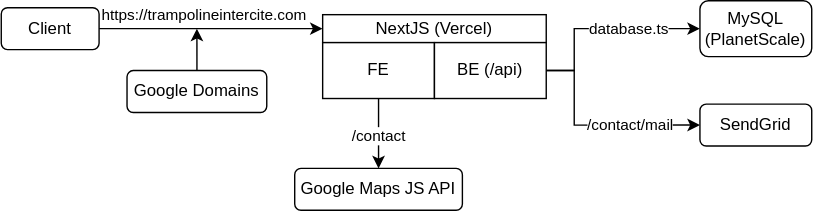
The draw.io diagram docs/images/architecture.svg in JulienR1/trampolineintercite.com, before a commit. Source tidied: cells renumbered, new cells last; positions are measured from the earlier drawing's top-left corner, leaving out a move shared by most shapes. Its diagram source:
```xml
<mxGraphModel>
  <root>
    <mxCell id="0" />
    <mxCell id="1" parent="0" />
    <mxCell id="2" value="NextJS (Vercel)" style="rounded=0;whiteSpace=wrap;html=1;" parent="1" vertex="1">
      <mxGeometry x="230" y="10" width="160" height="20" as="geometry" />
    </mxCell>
    <mxCell id="3" style="edgeStyle=orthogonalEdgeStyle;rounded=0;jettySize=auto;html=1;entryX=0.5;entryY=0;entryDx=0;entryDy=0;" parent="1" edge="1" source="5" target="14">
      <mxGeometry relative="1" as="geometry" />
    </mxCell>
    <mxCell id="4" value="/contact" style="edgeLabel;html=1;align=center;verticalAlign=middle;" parent="3" vertex="1">
      <mxGeometry x="-0.23" relative="1" as="geometry">
        <mxPoint y="7" as="offset" />
      </mxGeometry>
    </mxCell>
    <mxCell id="5" value="FE" style="rounded=0;whiteSpace=wrap;html=1;" parent="1" vertex="1">
      <mxGeometry x="230" y="30" width="80" height="40" as="geometry" />
    </mxCell>
    <mxCell id="6" style="edgeStyle=orthogonalEdgeStyle;rounded=0;jettySize=auto;html=1;entryX=0;entryY=0.5;entryDx=0;entryDy=0;exitX=1;exitY=0.5;exitDx=0;exitDy=0;" parent="1" edge="1" source="10" target="15">
      <mxGeometry relative="1" as="geometry">
        <Array as="points">
          <mxPoint x="410" y="50" />
          <mxPoint x="410" y="89" />
        </Array>
      </mxGeometry>
    </mxCell>
    <mxCell id="7" value="/contact/mail" style="edgeLabel;html=1;align=center;verticalAlign=middle;" parent="6" vertex="1">
      <mxGeometry x="0.52" y="-1" relative="1" as="geometry">
        <mxPoint x="-15" y="-1" as="offset" />
      </mxGeometry>
    </mxCell>
    <mxCell id="8" style="edgeStyle=orthogonalEdgeStyle;rounded=0;jettySize=auto;html=1;entryX=0;entryY=0.5;entryDx=0;entryDy=0;" parent="1" edge="1" source="10" target="16">
      <mxGeometry relative="1" as="geometry">
        <Array as="points">
          <mxPoint x="410" y="50" />
          <mxPoint x="410" y="20" />
        </Array>
      </mxGeometry>
    </mxCell>
    <mxCell id="9" value="database.ts" style="edgeLabel;html=1;align=center;verticalAlign=middle;" parent="8" vertex="1">
      <mxGeometry x="0.27" relative="1" as="geometry" />
    </mxCell>
    <mxCell id="10" value="BE (/api)" style="rounded=0;whiteSpace=wrap;html=1;" parent="1" vertex="1">
      <mxGeometry x="310" y="30" width="80" height="40" as="geometry" />
    </mxCell>
    <mxCell id="11" style="edgeStyle=orthogonalEdgeStyle;rounded=0;jettySize=auto;html=1;entryX=0;entryY=0.5;entryDx=0;entryDy=0;" parent="1" edge="1" source="13" target="2">
      <mxGeometry relative="1" as="geometry" />
    </mxCell>
    <mxCell id="12" value="https://trampolineintercite.com" style="edgeLabel;html=1;align=center;verticalAlign=middle;" parent="11" vertex="1">
      <mxGeometry x="-0.35" y="1" relative="1" as="geometry">
        <mxPoint x="23" y="-9" as="offset" />
      </mxGeometry>
    </mxCell>
    <mxCell id="13" value="Client" style="rounded=1;whiteSpace=wrap;html=1;" parent="1" vertex="1">
      <mxGeometry y="5" width="70" height="30" as="geometry" />
    </mxCell>
    <mxCell id="14" value="Google Maps JS API" style="rounded=1;whiteSpace=wrap;html=1;" parent="1" vertex="1">
      <mxGeometry x="210" y="120" width="120" height="30" as="geometry" />
    </mxCell>
    <mxCell id="15" value="SendGrid" style="rounded=1;whiteSpace=wrap;html=1;" parent="1" vertex="1">
      <mxGeometry x="500" y="74" width="80" height="30" as="geometry" />
    </mxCell>
    <mxCell id="16" value="MySQL&lt;br&gt;(PlanetScale)" style="rounded=1;whiteSpace=wrap;html=1;" parent="1" vertex="1">
      <mxGeometry x="500" width="80" height="40" as="geometry" />
    </mxCell>
    <mxCell id="17" style="edgeStyle=orthogonalEdgeStyle;rounded=0;jettySize=auto;html=1;" parent="1" edge="1" source="18">
      <mxGeometry relative="1" as="geometry">
        <mxPoint x="140" y="20" as="targetPoint" />
      </mxGeometry>
    </mxCell>
    <mxCell id="18" value="Google Domains" style="rounded=1;whiteSpace=wrap;html=1;" parent="1" vertex="1">
      <mxGeometry x="90" y="50" width="100" height="30" as="geometry" />
    </mxCell>
  </root>
</mxGraphModel>
```
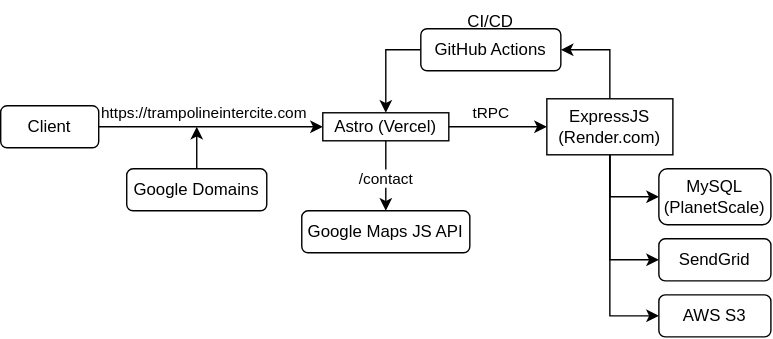
Above is the later version.

What changed in the source:
```diff
@@ -2,74 +2,81 @@
   <root>
     <mxCell id="0" />
     <mxCell id="1" parent="0" />
-    <mxCell id="2" value="NextJS (Vercel)" style="rounded=0;whiteSpace=wrap;html=1;" parent="1" vertex="1">
-      <mxGeometry x="230" y="10" width="160" height="20" as="geometry" />
-    </mxCell>
-    <mxCell id="3" style="edgeStyle=orthogonalEdgeStyle;rounded=0;jettySize=auto;html=1;entryX=0.5;entryY=0;entryDx=0;entryDy=0;" parent="1" edge="1" source="5" target="14">
-      <mxGeometry relative="1" as="geometry" />
-    </mxCell>
+    <mxCell id="19" value="Astro (Vercel)" style="rounded=0;whiteSpace=wrap;html=1;" parent="1" vertex="1">
+      <mxGeometry x="269" y="-330" width="90" height="20" as="geometry" />
+    </mxCell>
+    <mxCell id="20" style="edgeStyle=orthogonalEdgeStyle;rounded=0;jettySize=auto;html=1;entryX=0.5;entryY=0;entryDx=0;entryDy=0;exitX=0.5;exitY=1;exitDx=0;exitDy=0;" parent="1" edge="1" source="19" target="14">
+      <mxGeometry relative="1" as="geometry" />
+    </mxCell>
-    <mxCell id="4" value="/contact" style="edgeLabel;html=1;align=center;verticalAlign=middle;" parent="3" vertex="1">
+    <mxCell id="4" value="/contact" style="edgeLabel;html=1;align=center;verticalAlign=middle;" parent="20" vertex="1">
       <mxGeometry x="-0.23" relative="1" as="geometry">
         <mxPoint y="7" as="offset" />
       </mxGeometry>
     </mxCell>
-    <mxCell id="5" value="FE" style="rounded=0;whiteSpace=wrap;html=1;" parent="1" vertex="1">
-      <mxGeometry x="230" y="30" width="80" height="40" as="geometry" />
-    </mxCell>
-    <mxCell id="6" style="edgeStyle=orthogonalEdgeStyle;rounded=0;jettySize=auto;html=1;entryX=0;entryY=0.5;entryDx=0;entryDy=0;exitX=1;exitY=0.5;exitDx=0;exitDy=0;" parent="1" edge="1" source="10" target="15">
-      <mxGeometry relative="1" as="geometry">
-        <Array as="points">
-          <mxPoint x="410" y="50" />
-          <mxPoint x="410" y="89" />
-        </Array>
-      </mxGeometry>
-    </mxCell>
-    <mxCell id="7" value="/contact/mail" style="edgeLabel;html=1;align=center;verticalAlign=middle;" parent="6" vertex="1">
-      <mxGeometry x="0.52" y="-1" relative="1" as="geometry">
-        <mxPoint x="-15" y="-1" as="offset" />
-      </mxGeometry>
-    </mxCell>
-    <mxCell id="8" style="edgeStyle=orthogonalEdgeStyle;rounded=0;jettySize=auto;html=1;entryX=0;entryY=0.5;entryDx=0;entryDy=0;" parent="1" edge="1" source="10" target="16">
-      <mxGeometry relative="1" as="geometry">
-        <Array as="points">
-          <mxPoint x="410" y="50" />
-          <mxPoint x="410" y="20" />
-        </Array>
-      </mxGeometry>
-    </mxCell>
-    <mxCell id="9" value="database.ts" style="edgeLabel;html=1;align=center;verticalAlign=middle;" parent="8" vertex="1">
-      <mxGeometry x="0.27" relative="1" as="geometry" />
-    </mxCell>
-    <mxCell id="10" value="BE (/api)" style="rounded=0;whiteSpace=wrap;html=1;" parent="1" vertex="1">
-      <mxGeometry x="310" y="30" width="80" height="40" as="geometry" />
-    </mxCell>
-    <mxCell id="11" style="edgeStyle=orthogonalEdgeStyle;rounded=0;jettySize=auto;html=1;entryX=0;entryY=0.5;entryDx=0;entryDy=0;" parent="1" edge="1" source="13" target="2">
-      <mxGeometry relative="1" as="geometry" />
-    </mxCell>
+    <mxCell id="21" style="edgeStyle=orthogonalEdgeStyle;rounded=0;jettySize=auto;html=1;entryX=0;entryY=0.5;entryDx=0;entryDy=0;" parent="1" edge="1" source="13" target="19">
+      <mxGeometry relative="1" as="geometry" />
+    </mxCell>
-    <mxCell id="12" value="https://trampolineintercite.com" style="edgeLabel;html=1;align=center;verticalAlign=middle;" parent="11" vertex="1">
+    <mxCell id="12" value="https://trampolineintercite.com" style="edgeLabel;html=1;align=center;verticalAlign=middle;" parent="21" vertex="1">
       <mxGeometry x="-0.35" y="1" relative="1" as="geometry">
         <mxPoint x="23" y="-9" as="offset" />
       </mxGeometry>
     </mxCell>
     <mxCell id="13" value="Client" style="rounded=1;whiteSpace=wrap;html=1;" parent="1" vertex="1">
-      <mxGeometry y="5" width="70" height="30" as="geometry" />
+      <mxGeometry x="39" y="-335" width="70" height="30" as="geometry" />
     </mxCell>
     <mxCell id="14" value="Google Maps JS API" style="rounded=1;whiteSpace=wrap;html=1;" parent="1" vertex="1">
-      <mxGeometry x="210" y="120" width="120" height="30" as="geometry" />
+      <mxGeometry x="254" y="-260" width="120" height="30" as="geometry" />
     </mxCell>
     <mxCell id="15" value="SendGrid" style="rounded=1;whiteSpace=wrap;html=1;" parent="1" vertex="1">
-      <mxGeometry x="500" y="74" width="80" height="30" as="geometry" />
+      <mxGeometry x="509" y="-240" width="80" height="30" as="geometry" />
     </mxCell>
     <mxCell id="16" value="MySQL&lt;br&gt;(PlanetScale)" style="rounded=1;whiteSpace=wrap;html=1;" parent="1" vertex="1">
-      <mxGeometry x="500" width="80" height="40" as="geometry" />
+      <mxGeometry x="509" y="-290" width="80" height="40" as="geometry" />
     </mxCell>
-    <mxCell id="17" style="edgeStyle=orthogonalEdgeStyle;rounded=0;jettySize=auto;html=1;" parent="1" edge="1" source="18">
-      <mxGeometry relative="1" as="geometry">
-        <mxPoint x="140" y="20" as="targetPoint" />
-      </mxGeometry>
-    </mxCell>
+    <mxCell id="22" style="edgeStyle=orthogonalEdgeStyle;rounded=0;jettySize=auto;html=1;" parent="1" edge="1" source="18">
+      <mxGeometry relative="1" as="geometry">
+        <mxPoint x="179" y="-320" as="targetPoint" />
+      </mxGeometry>
+    </mxCell>
     <mxCell id="18" value="Google Domains" style="rounded=1;whiteSpace=wrap;html=1;" parent="1" vertex="1">
-      <mxGeometry x="90" y="50" width="100" height="30" as="geometry" />
+      <mxGeometry x="129" y="-290" width="100" height="30" as="geometry" />
     </mxCell>
+    <mxCell id="23" style="edgeStyle=orthogonalEdgeStyle;rounded=0;jettySize=auto;html=1;exitX=0.5;exitY=0;exitDx=0;exitDy=0;entryX=1;entryY=0.5;entryDx=0;entryDy=0;" parent="1" edge="1" source="27" target="32">
+      <mxGeometry relative="1" as="geometry" />
+    </mxCell>
+    <mxCell id="24" style="edgeStyle=orthogonalEdgeStyle;rounded=0;jettySize=auto;html=1;entryX=0;entryY=0.5;entryDx=0;entryDy=0;" parent="1" edge="1" source="27" target="16">
+      <mxGeometry relative="1" as="geometry" />
+    </mxCell>
+    <mxCell id="25" style="edgeStyle=orthogonalEdgeStyle;rounded=0;jettySize=auto;html=1;exitX=0.5;exitY=1;exitDx=0;exitDy=0;entryX=0;entryY=0.5;entryDx=0;entryDy=0;" parent="1" edge="1" source="27" target="15">
+      <mxGeometry relative="1" as="geometry" />
+    </mxCell>
+    <mxCell id="26" style="edgeStyle=orthogonalEdgeStyle;rounded=0;jettySize=auto;html=1;exitX=0.5;exitY=1;exitDx=0;exitDy=0;entryX=0;entryY=0.5;entryDx=0;entryDy=0;" parent="1" edge="1" source="27" target="30">
+      <mxGeometry relative="1" as="geometry" />
+    </mxCell>
+    <mxCell id="27" value="ExpressJS (Render.com)" style="rounded=0;whiteSpace=wrap;html=1;" parent="1" vertex="1">
+      <mxGeometry x="429" y="-340" width="90" height="40" as="geometry" />
+    </mxCell>
+    <mxCell id="28" style="edgeStyle=orthogonalEdgeStyle;rounded=0;jettySize=auto;html=1;entryX=0;entryY=0.5;entryDx=0;entryDy=0;" parent="1" edge="1" target="27">
+      <mxGeometry relative="1" as="geometry">
+        <mxPoint x="359" y="-320" as="sourcePoint" />
+      </mxGeometry>
+    </mxCell>
+    <mxCell id="29" value="tRPC" style="edgeLabel;html=1;align=center;verticalAlign=middle;" parent="28" vertex="1">
+      <mxGeometry x="-0.35" y="1" relative="1" as="geometry">
+        <mxPoint x="7" y="-9" as="offset" />
+      </mxGeometry>
+    </mxCell>
+    <mxCell id="30" value="AWS S3" style="rounded=1;whiteSpace=wrap;html=1;" parent="1" vertex="1">
+      <mxGeometry x="509" y="-200" width="80" height="30" as="geometry" />
+    </mxCell>
+    <mxCell id="31" style="edgeStyle=orthogonalEdgeStyle;rounded=0;jettySize=auto;html=1;exitX=0;exitY=0.5;exitDx=0;exitDy=0;entryX=0.5;entryY=0;entryDx=0;entryDy=0;" parent="1" edge="1" source="32" target="19">
+      <mxGeometry relative="1" as="geometry" />
+    </mxCell>
+    <mxCell id="32" value="GitHub Actions" style="rounded=1;whiteSpace=wrap;html=1;" parent="1" vertex="1">
+      <mxGeometry x="339" y="-390" width="100" height="30" as="geometry" />
+    </mxCell>
+    <mxCell id="33" value="CI/CD" style="text;html=1;strokeColor=none;fillColor=none;align=center;verticalAlign=middle;whiteSpace=wrap;rounded=0;" parent="1" vertex="1">
+      <mxGeometry x="339" y="-410" width="100" height="30" as="geometry" />
+    </mxCell>
   </root>
 </mxGraphModel>
```
